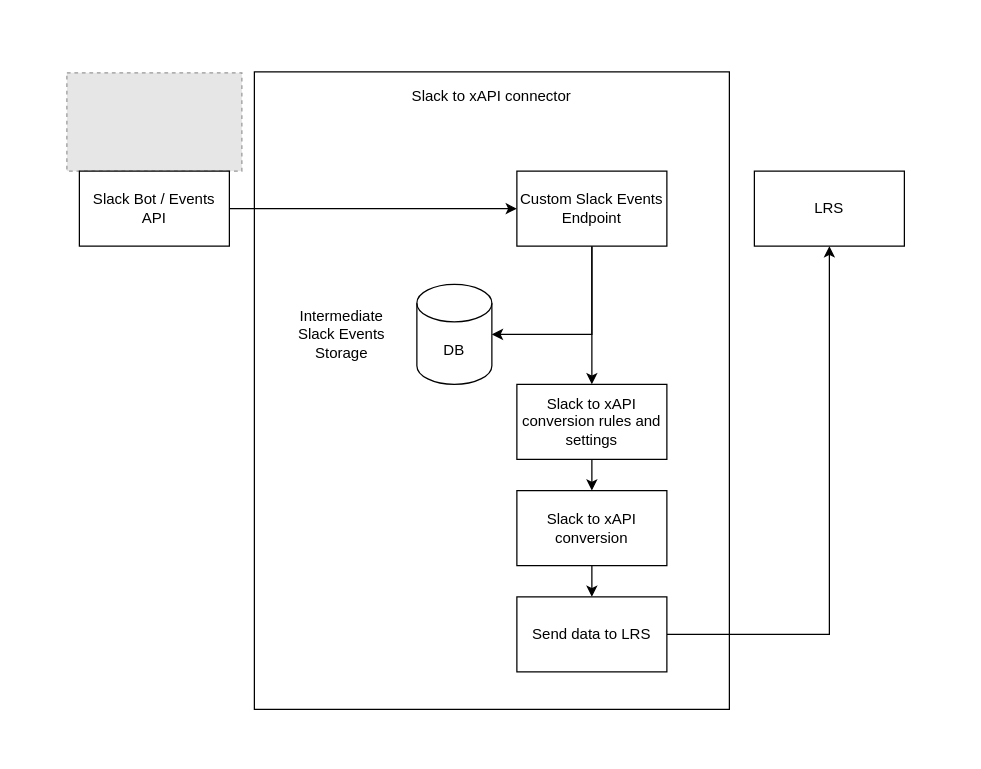
Above: Architecture Diagram.drawio in stefdworschak/slack-to-xapi (draw.io), before the change. Source tidied: cells renumbered, new cells numbered last; positions are measured from the earlier drawing's top-left corner, leaving out a move shared by most shapes. Both pictures are drawn from the tidied source at 125%, with x=0, y=0 at pixel (66, 71). Pictures stored in the file or linked from it are replaced by grey dashed boxes.
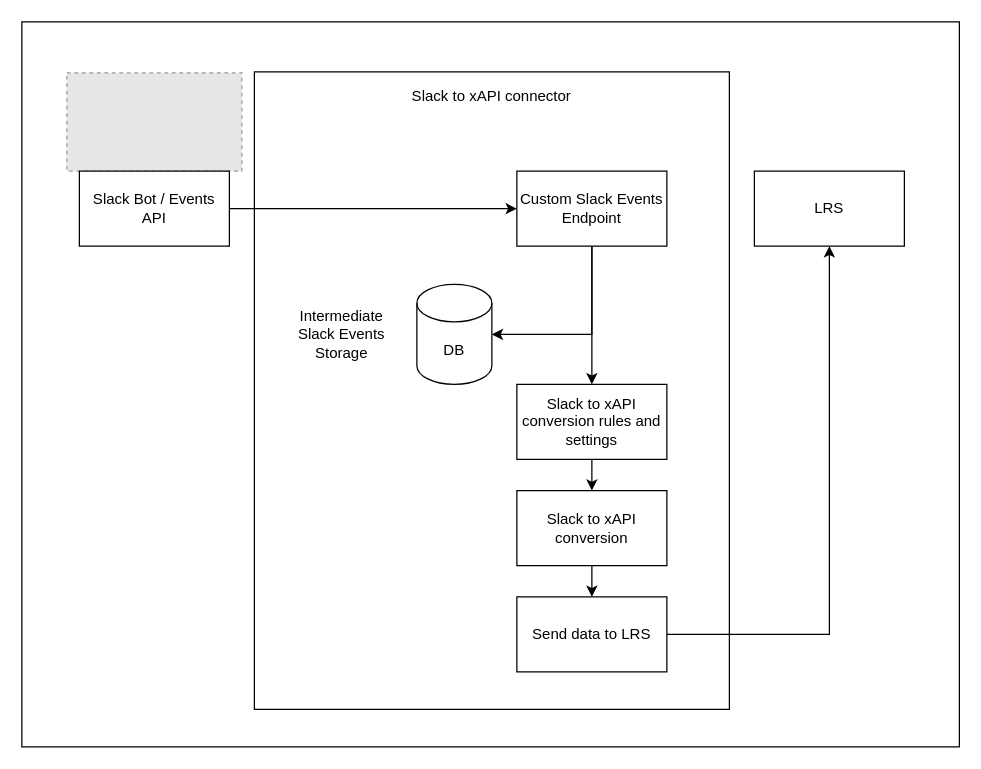
The same page after the edit.

Change to the diagram source:
```diff
@@
 <mxGraphModel>
   <root>
     <mxCell id="0" />
     <mxCell id="1" parent="0" />
+    <mxCell id="19" style="rounded=0;whiteSpace=wrap;html=1;" parent="1" vertex="1">
+      <mxGeometry x="-36" y="-40" width="750" height="580" as="geometry" />
+    </mxCell>
     <mxCell id="2" style="rounded=0;whiteSpace=wrap;html=1;" parent="1" vertex="1">
       <mxGeometry x="150" width="380" height="510" as="geometry" />
     </mxCell>
     <mxCell id="3" style="fillColor=#E6E6E6;strokeColor=#999999;dashed=1;verticalLabelPosition=bottom;labelBackgroundColor=#ffffff;verticalAlign=top;" parent="1" vertex="1">
       <mxGeometry y="0.7" width="140" height="78.7" as="geometry" />
     </mxCell>
     <mxCell id="4" style="edgeStyle=orthogonalEdgeStyle;rounded=0;jettySize=auto;html=1;exitX=1;exitY=0.5;exitDx=0;exitDy=0;entryX=0;entryY=0.5;entryDx=0;entryDy=0;" parent="1" edge="1" source="5" target="8">
       <mxGeometry relative="1" as="geometry" />
     </mxCell>
     <mxCell id="5" value="Slack Bot / Events API" style="rounded=0;whiteSpace=wrap;html=1;" parent="1" vertex="1">
       <mxGeometry x="10" y="79.4" width="120" height="60" as="geometry" />
     </mxCell>
     <mxCell id="6" style="edgeStyle=orthogonalEdgeStyle;rounded=0;jettySize=auto;html=1;exitX=0.5;exitY=1;exitDx=0;exitDy=0;entryX=1;entryY=0.5;entryDx=0;entryDy=0;entryPerimeter=0;" parent="1" edge="1" source="8" target="14">
       <mxGeometry relative="1" as="geometry" />
     </mxCell>
     <mxCell id="7" style="edgeStyle=orthogonalEdgeStyle;rounded=0;jettySize=auto;html=1;" parent="1" edge="1" source="8" target="10">
       <mxGeometry relative="1" as="geometry" />
     </mxCell>
     <mxCell id="8" value="Custom Slack Events Endpoint" style="rounded=0;whiteSpace=wrap;html=1;" parent="1" vertex="1">
       <mxGeometry x="360" y="79.4" width="120" height="60" as="geometry" />
     </mxCell>
     <mxCell id="9" style="edgeStyle=orthogonalEdgeStyle;rounded=0;jettySize=auto;html=1;" parent="1" edge="1" source="10" target="12">
       <mxGeometry relative="1" as="geometry" />
     </mxCell>
     <mxCell id="10" value="Slack to xAPI conversion rules and settings" style="rounded=0;whiteSpace=wrap;html=1;" parent="1" vertex="1">
       <mxGeometry x="360" y="250" width="120" height="60" as="geometry" />
     </mxCell>
     <mxCell id="11" style="edgeStyle=orthogonalEdgeStyle;rounded=0;jettySize=auto;html=1;" parent="1" edge="1" source="12" target="17">
       <mxGeometry relative="1" as="geometry" />
     </mxCell>
     <mxCell id="12" value="&lt;span&gt;Slack to xAPI conversion&lt;/span&gt;" style="rounded=0;whiteSpace=wrap;html=1;" parent="1" vertex="1">
       <mxGeometry x="360" y="335" width="120" height="60" as="geometry" />
     </mxCell>
     <mxCell id="13" value="&lt;span&gt;LRS&lt;/span&gt;" style="rounded=0;whiteSpace=wrap;html=1;" parent="1" vertex="1">
       <mxGeometry x="550" y="79.4" width="120" height="60" as="geometry" />
     </mxCell>
     <mxCell id="14" value="DB" style="shape=cylinder3;whiteSpace=wrap;html=1;boundedLbl=1;backgroundOutline=1;size=15;" parent="1" vertex="1">
       <mxGeometry x="280" y="170" width="60" height="80" as="geometry" />
     </mxCell>
     <mxCell id="15" value="Intermediate Slack Events Storage" style="text;html=1;strokeColor=none;fillColor=none;align=center;verticalAlign=middle;whiteSpace=wrap;rounded=0;" parent="1" vertex="1">
       <mxGeometry x="170" y="185" width="100" height="50" as="geometry" />
     </mxCell>
     <mxCell id="16" style="edgeStyle=orthogonalEdgeStyle;rounded=0;jettySize=auto;html=1;exitX=1;exitY=0.5;exitDx=0;exitDy=0;entryX=0.5;entryY=1;entryDx=0;entryDy=0;" parent="1" edge="1" source="17" target="13">
       <mxGeometry relative="1" as="geometry" />
     </mxCell>
     <mxCell id="17" value="&lt;span&gt;Send data to LRS&lt;/span&gt;" style="rounded=0;whiteSpace=wrap;html=1;" parent="1" vertex="1">
       <mxGeometry x="360" y="420" width="120" height="60" as="geometry" />
     </mxCell>
     <mxCell id="18" value="Slack to xAPI connector" style="text;html=1;strokeColor=none;fillColor=none;align=center;verticalAlign=middle;whiteSpace=wrap;rounded=0;" parent="1" vertex="1">
       <mxGeometry x="150" y="10" width="380" height="20" as="geometry" />
     </mxCell>
   </root>
 </mxGraphModel>
```
